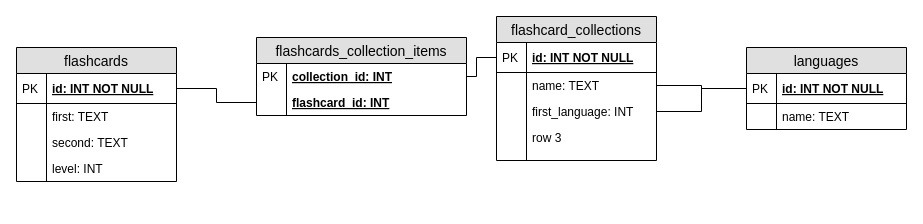
Above: docs/flashcarddb.drawio in Ziemniakoss/Testowanie4 (draw.io), before the change. Source tidied: cells renumbered, new cells numbered last; positions are measured from the earlier drawing's top-left corner, leaving out a move shared by most shapes. Both pictures are drawn from the tidied source at 100%, with x=0, y=0 at pixel (16, 16).
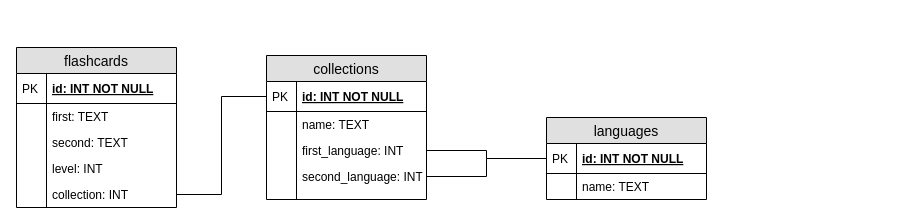
Above is the later version.

Commit message (it also covers changes not shown here):
Nowy schemat bazy danych

The change refers to these unchanged cells:
```xml
<mxCell id="3" value="id: INT NOT NULL" style="shape=partialRectangle;top=0;left=0;right=0;bottom=1;align=left;verticalAlign=middle;fillColor=none;spacingLeft=34;spacingRight=4;overflow=hidden;points=[[0,0.5],[1,0.5]];portConstraint=eastwest;fontStyle=5;fontSize=12;" parent="2" vertex="1">
  <mxGeometry y="26" width="160" height="30" as="geometry" />
</mxCell>
<mxCell id="5" value="name: TEXT" style="shape=partialRectangle;top=0;left=0;right=0;bottom=0;align=left;verticalAlign=top;fillColor=none;spacingLeft=34;spacingRight=4;overflow=hidden;points=[[0,0.5],[1,0.5]];portConstraint=eastwest;fontSize=12;" parent="2" vertex="1">
  <mxGeometry y="56" width="160" height="26" as="geometry" />
</mxCell>
<mxCell id="14" value="id: INT NOT NULL" style="shape=partialRectangle;top=0;left=0;right=0;bottom=1;align=left;verticalAlign=middle;fillColor=none;spacingLeft=34;spacingRight=4;overflow=hidden;points=[[0,0.5],[1,0.5]];portConstraint=eastwest;fontStyle=5;fontSize=12;" parent="13" vertex="1">
  <mxGeometry y="26" width="160" height="30" as="geometry" />
</mxCell>
<mxCell id="24" value="id: INT NOT NULL" style="shape=partialRectangle;top=0;left=0;right=0;bottom=1;align=left;verticalAlign=middle;fillColor=none;spacingLeft=34;spacingRight=4;overflow=hidden;points=[[0,0.5],[1,0.5]];portConstraint=eastwest;fontStyle=5;fontSize=12;" parent="23" vertex="1">
  <mxGeometry y="26" width="160" height="30" as="geometry" />
</mxCell>
```

Diff of the diagram source:
```diff
@@
-    <mxCell id="2" value="flashcard_collections" style="swimlane;fontStyle=0;horizontal=1;startSize=26;fillColor=#e0e0e0;swimlaneFillColor=#ffffff;align=center;fontSize=14;" parent="1" vertex="1">
-      <mxGeometry x="480" width="160" height="144" as="geometry" />
+    <mxCell id="2" value="collections" style="swimlane;fontStyle=0;horizontal=1;startSize=26;fillColor=#e0e0e0;swimlaneFillColor=#ffffff;align=center;fontSize=14;" parent="1" vertex="1">
+      <mxGeometry x="250" y="39" width="160" height="144" as="geometry" />
     </mxCell>
@@
-    <mxCell id="9" value="row 3" style="shape=partialRectangle;top=0;left=0;right=0;bottom=0;align=left;verticalAlign=top;fillColor=none;spacingLeft=34;spacingRight=4;overflow=hidden;points=[[0,0.5],[1,0.5]];portConstraint=eastwest;fontSize=12;" parent="2" vertex="1">
+    <mxCell id="9" value="second_language: INT" style="shape=partialRectangle;top=0;left=0;right=0;bottom=0;align=left;verticalAlign=top;fillColor=none;spacingLeft=34;spacingRight=4;overflow=hidden;points=[[0,0.5],[1,0.5]];portConstraint=eastwest;fontSize=12;" parent="2" vertex="1">
       <mxGeometry y="108" width="160" height="26" as="geometry" />
     </mxCell>
@@
     <mxCell id="13" value="languages" style="swimlane;fontStyle=0;horizontal=1;startSize=26;fillColor=#e0e0e0;swimlaneFillColor=#ffffff;align=center;fontSize=14;" parent="1" vertex="1">
-      <mxGeometry x="730" y="31" width="160" height="82" as="geometry" />
+      <mxGeometry x="530" y="101" width="160" height="82" as="geometry" />
     </mxCell>
@@
-    <mxCell id="18" value="flashcards_collection_items" style="swimlane;fontStyle=0;horizontal=1;startSize=26;fillColor=#e0e0e0;swimlaneFillColor=#ffffff;align=center;fontSize=14;" parent="1" vertex="1">
-      <mxGeometry x="240" y="21" width="210" height="78" as="geometry" />
-    </mxCell>
-    <mxCell id="19" value="collection_id: INT" style="shape=partialRectangle;top=0;left=0;right=0;bottom=0;align=left;verticalAlign=top;fillColor=none;spacingLeft=34;spacingRight=4;overflow=hidden;fontSize=12;fontStyle=5;" parent="18" vertex="1">
-      <mxGeometry y="26" width="210" height="26" as="geometry" />
-    </mxCell>
-    <mxCell id="20" value="PK" style="shape=partialRectangle;top=0;left=0;bottom=0;fillColor=none;align=left;verticalAlign=top;spacingLeft=4;spacingRight=4;overflow=hidden;fontSize=12;" parent="19" vertex="1">
-      <mxGeometry width="30" height="26" as="geometry" />
-    </mxCell>
-    <mxCell id="21" value="flashcard_id: INT" style="shape=partialRectangle;top=0;left=0;right=0;bottom=0;align=left;verticalAlign=top;fillColor=none;spacingLeft=34;spacingRight=4;overflow=hidden;points=[[0,0.5],[1,0.5]];portConstraint=eastwest;fontSize=12;fontStyle=5;" parent="18" vertex="1">
-      <mxGeometry y="52" width="210" height="26" as="geometry" />
-    </mxCell>
-    <mxCell id="22" style="shape=partialRectangle;top=0;left=0;bottom=0;fillColor=none;align=left;verticalAlign=top;spacingLeft=4;spacingRight=4;overflow=hidden;fontSize=12;" parent="21" vertex="1">
-      <mxGeometry width="30" height="26" as="geometry" />
-    </mxCell>
     <mxCell id="23" value="flashcards" style="swimlane;fontStyle=0;horizontal=1;startSize=26;fillColor=#e0e0e0;swimlaneFillColor=#ffffff;align=center;fontSize=14;" parent="1" vertex="1">
-      <mxGeometry y="31" width="160" height="134" as="geometry" />
+      <mxGeometry y="31" width="160" height="160" as="geometry" />
     </mxCell>
@@
+    <mxCell id="36" value="collection: INT" style="shape=partialRectangle;top=0;left=0;right=0;bottom=0;align=left;verticalAlign=top;fillColor=none;spacingLeft=34;spacingRight=4;overflow=hidden;points=[[0,0.5],[1,0.5]];portConstraint=eastwest;fontSize=12;" parent="23" vertex="1">
+      <mxGeometry y="134" width="160" height="26" as="geometry" />
+    </mxCell>
+    <mxCell id="22" style="shape=partialRectangle;top=0;left=0;bottom=0;fillColor=none;align=left;verticalAlign=top;spacingLeft=4;spacingRight=4;overflow=hidden;fontSize=12;" parent="36" vertex="1">
+      <mxGeometry width="30" height="26" as="geometry" />
+    </mxCell>
@@
-    <mxCell id="33" style="edgeStyle=orthogonalEdgeStyle;rounded=0;jettySize=auto;html=1;entryX=1;entryY=0.5;entryDx=0;entryDy=0;endArrow=none;endFill=0;" parent="1" edge="1" source="14" target="5">
+    <mxCell id="33" style="edgeStyle=orthogonalEdgeStyle;rounded=0;jettySize=auto;html=1;entryX=1;entryY=0.5;entryDx=0;entryDy=0;endArrow=none;endFill=0;" parent="1" edge="1" source="14" target="9">
       <mxGeometry relative="1" as="geometry" />
     </mxCell>
-    <mxCell id="34" style="edgeStyle=orthogonalEdgeStyle;rounded=0;jettySize=auto;html=1;entryX=1;entryY=0.5;entryDx=0;entryDy=0;endArrow=none;endFill=0;" parent="1" edge="1" source="3" target="18">
-      <mxGeometry relative="1" as="geometry" />
-    </mxCell>
-    <mxCell id="35" style="edgeStyle=orthogonalEdgeStyle;rounded=0;jettySize=auto;html=1;entryX=0;entryY=0.5;entryDx=0;entryDy=0;endArrow=none;endFill=0;" parent="1" edge="1" source="24" target="21">
-      <mxGeometry relative="1" as="geometry" />
-    </mxCell>
+    <mxCell id="37" style="edgeStyle=orthogonalEdgeStyle;rounded=0;jettySize=auto;html=1;entryX=1;entryY=0.5;entryDx=0;entryDy=0;endArrow=none;endFill=0;" parent="1" edge="1" source="3" target="36">
+      <mxGeometry relative="1" as="geometry" />
+    </mxCell>
```
